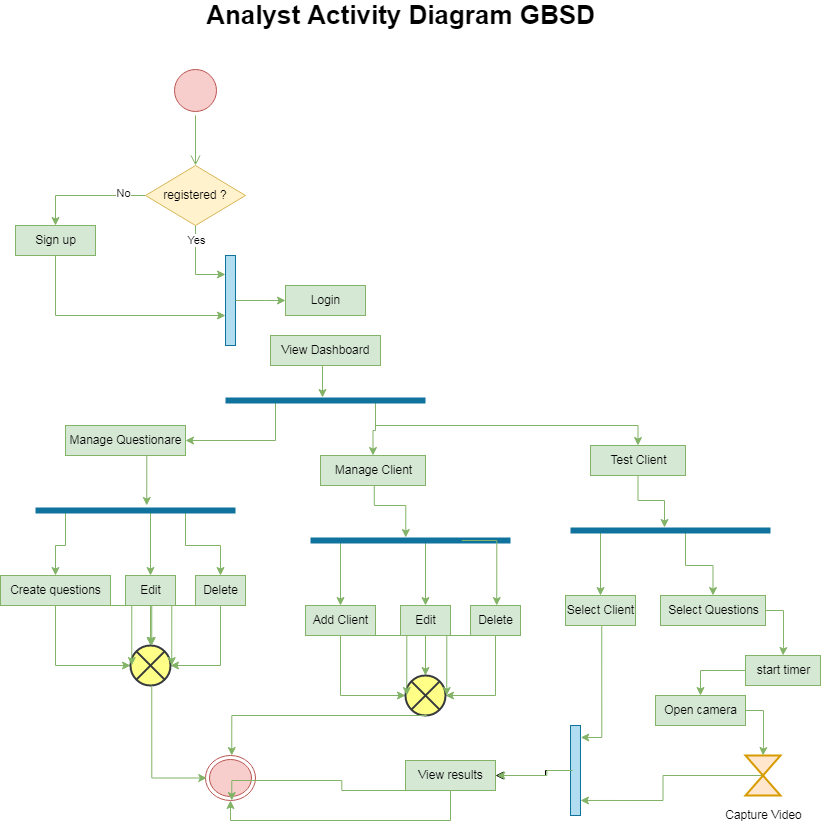
The draw.io diagram activity_analyst_GBSD.png in mabdulrafea101/sohaib_fyp_docs, before a commit. Source tidied: cells renumbered, new cells last; positions are measured from the earlier drawing's top-left corner, leaving out a move shared by most shapes.
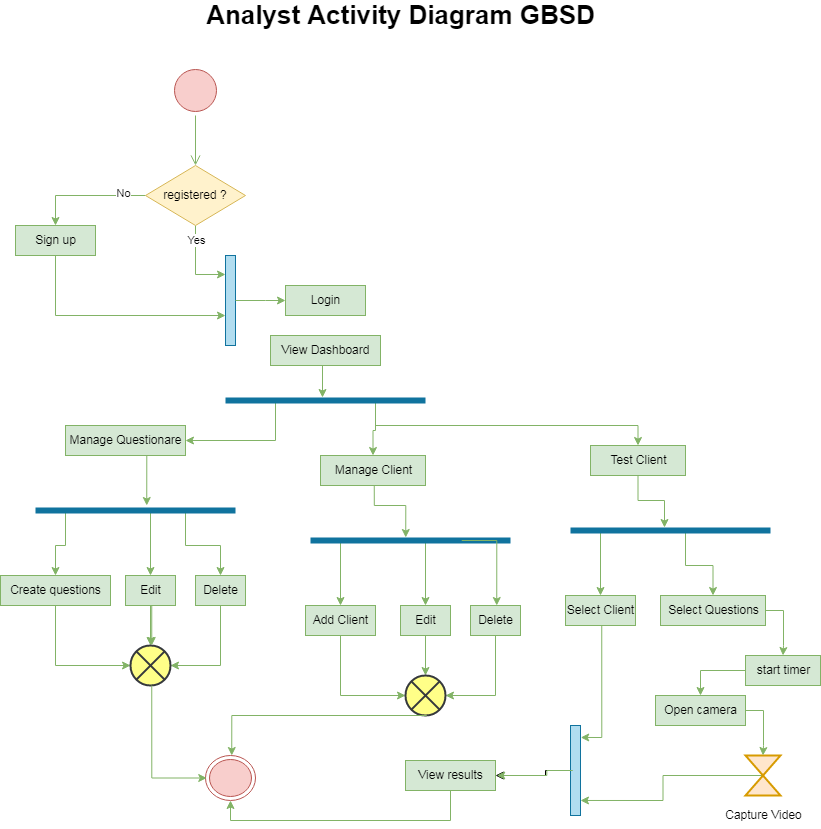
The same file after the commit.

Diff of the diagram source:
```diff
@@ -253,12 +253,6 @@
         <mxPoint x="146.2" y="500" as="targetPoint" />
       </mxGeometry>
     </mxCell>
-    <mxCell id="64" style="edgeStyle=orthogonalEdgeStyle;rounded=0;orthogonalLoop=1;jettySize=auto;html=1;exitX=0.5;exitY=1;exitDx=0;exitDy=0;entryX=1;entryY=0.5;entryDx=0;entryDy=0;entryPerimeter=0;fillColor=#d5e8d4;strokeColor=#82b366;" parent="1" edge="1">
-      <mxGeometry relative="1" as="geometry">
-        <mxPoint x="496.2" y="630" as="sourcePoint" />
-        <mxPoint x="446.2" y="690" as="targetPoint" />
-      </mxGeometry>
-    </mxCell>
     <mxCell id="65" style="edgeStyle=orthogonalEdgeStyle;rounded=0;orthogonalLoop=1;jettySize=auto;html=1;exitX=0.75;exitY=0.5;exitDx=0;exitDy=0;exitPerimeter=0;entryX=0.5;entryY=0;entryDx=0;entryDy=0;fillColor=#d5e8d4;strokeColor=#82b366;" parent="1" edge="1">
       <mxGeometry relative="1" as="geometry">
         <mxPoint x="461.2" y="535" as="sourcePoint" />
@@ -275,30 +269,12 @@
         </Array>
       </mxGeometry>
     </mxCell>
-    <mxCell id="67" style="edgeStyle=orthogonalEdgeStyle;rounded=0;orthogonalLoop=1;jettySize=auto;html=1;exitX=0.5;exitY=1;exitDx=0;exitDy=0;entryX=0;entryY=0.5;entryDx=0;entryDy=0;entryPerimeter=0;fillColor=#d5e8d4;strokeColor=#82b366;" parent="1" edge="1">
-      <mxGeometry relative="1" as="geometry">
-        <mxPoint x="341.2" y="630" as="sourcePoint" />
-        <mxPoint x="406.2" y="690" as="targetPoint" />
-      </mxGeometry>
-    </mxCell>
-    <mxCell id="68" style="edgeStyle=orthogonalEdgeStyle;rounded=0;orthogonalLoop=1;jettySize=auto;html=1;exitX=0.5;exitY=1;exitDx=0;exitDy=0;entryX=1;entryY=0.5;entryDx=0;entryDy=0;entryPerimeter=0;fillColor=#d5e8d4;strokeColor=#82b366;" parent="1" edge="1">
-      <mxGeometry relative="1" as="geometry">
-        <mxPoint x="221.2" y="600" as="sourcePoint" />
-        <mxPoint x="171.2" y="660" as="targetPoint" />
-      </mxGeometry>
-    </mxCell>
     <mxCell id="69" style="edgeStyle=orthogonalEdgeStyle;rounded=0;orthogonalLoop=1;jettySize=auto;html=1;exitX=0.5;exitY=1;exitDx=0;exitDy=0;entryX=0.5;entryY=0;entryDx=0;entryDy=0;entryPerimeter=0;fillColor=#d5e8d4;strokeColor=#82b366;" parent="1" edge="1">
       <mxGeometry relative="1" as="geometry">
         <mxPoint x="151.2" y="600" as="sourcePoint" />
         <mxPoint x="151.2" y="640" as="targetPoint" />
       </mxGeometry>
     </mxCell>
-    <mxCell id="70" style="edgeStyle=orthogonalEdgeStyle;rounded=0;orthogonalLoop=1;jettySize=auto;html=1;exitX=0.5;exitY=1;exitDx=0;exitDy=0;entryX=0;entryY=0.5;entryDx=0;entryDy=0;entryPerimeter=0;fillColor=#d5e8d4;strokeColor=#82b366;" parent="1" edge="1">
-      <mxGeometry relative="1" as="geometry">
-        <mxPoint x="56.2" y="600" as="sourcePoint" />
-        <mxPoint x="131.2" y="660" as="targetPoint" />
-      </mxGeometry>
-    </mxCell>
     <mxCell id="71" style="edgeStyle=orthogonalEdgeStyle;rounded=0;orthogonalLoop=1;jettySize=auto;html=1;exitX=0.5;exitY=1;exitDx=0;exitDy=0;exitPerimeter=0;entryX=0;entryY=0.5;entryDx=0;entryDy=0;fillColor=#d5e8d4;strokeColor=#82b366;" parent="1" edge="1">
       <mxGeometry relative="1" as="geometry">
         <mxPoint x="151.2" y="680" as="sourcePoint" />
@@ -314,12 +290,6 @@
         <mxPoint x="231.2" y="750" as="targetPoint" />
       </mxGeometry>
     </mxCell>
-    <mxCell id="73" style="edgeStyle=orthogonalEdgeStyle;rounded=0;orthogonalLoop=1;jettySize=auto;html=1;exitX=0.5;exitY=1;exitDx=0;exitDy=0;entryX=0.5;entryY=1;entryDx=0;entryDy=0;fillColor=#d5e8d4;strokeColor=#82b366;" parent="1" edge="1">
-      <mxGeometry relative="1" as="geometry">
-        <mxPoint x="451.2" y="785" as="sourcePoint" />
-        <mxPoint x="231.2" y="795" as="targetPoint" />
-      </mxGeometry>
-    </mxCell>
     <mxCell id="74" style="edgeStyle=orthogonalEdgeStyle;rounded=0;orthogonalLoop=1;jettySize=auto;html=1;exitX=0.1;exitY=0.5;exitDx=0;exitDy=0;entryX=1;entryY=0.5;entryDx=0;entryDy=0;exitPerimeter=0;fillColor=#d5e8d4;strokeColor=#82b366;" parent="1" edge="1">
       <mxGeometry relative="1" as="geometry">
         <mxPoint x="572.2" y="765" as="sourcePoint" />
```
